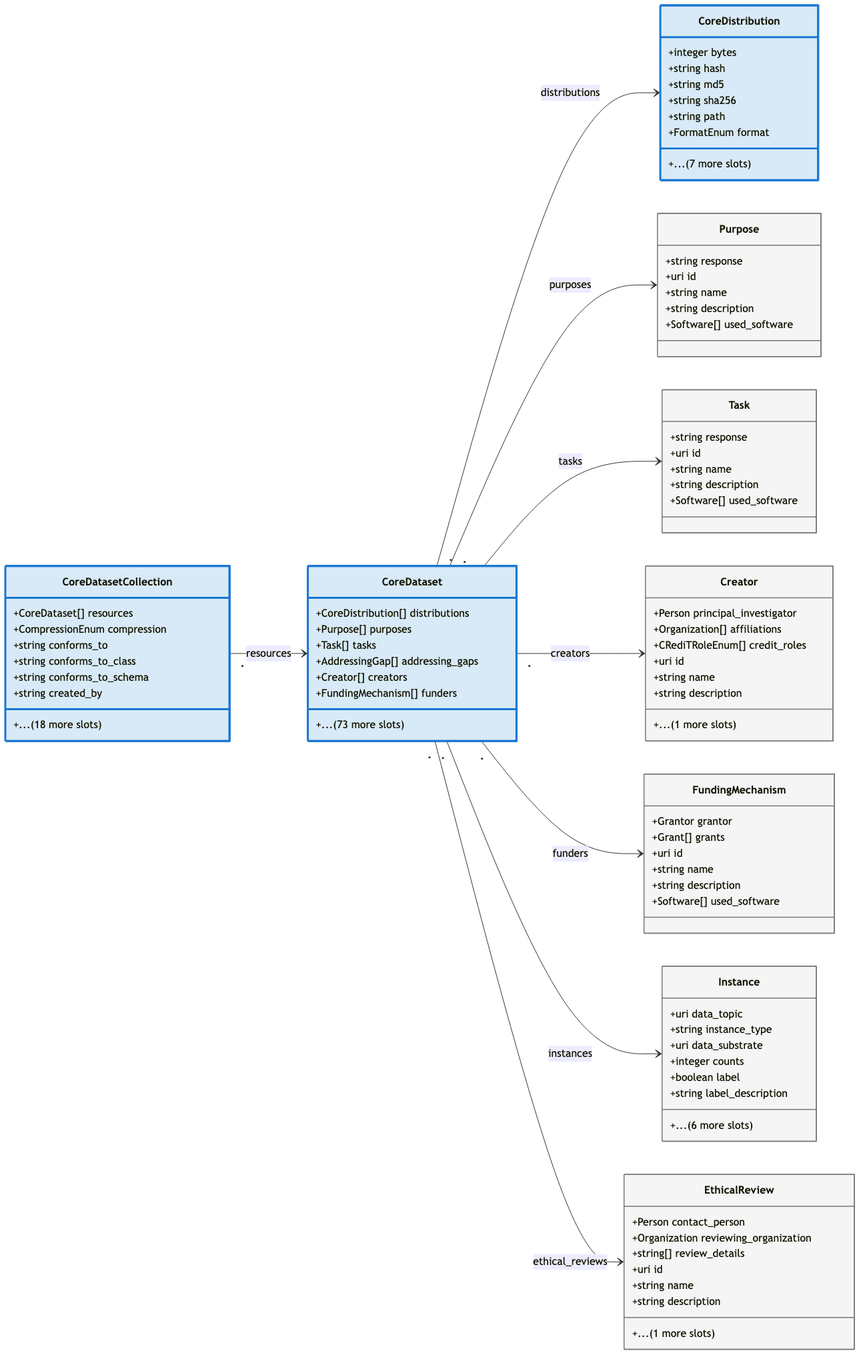
The Mermaid diagram data/poster_assets/figures/fig5_d4d_core_schema.png in bridge2ai/data-sheets-schema, before a commit. Its source is kept beside it as data/poster_assets/figures/fig5_d4d_core_schema.mmd. Its diagram source:
```mermaid
---
config:
  theme: default
---
classDiagram
  direction LR

  class CoreDatasetCollection {
    +CoreDataset[] resources
    +CompressionEnum compression
    +string conforms_to
    +string conforms_to_class
    +string conforms_to_schema
    +string created_by
    +... (18 more slots)
  }
  class CoreDataset {
    +CoreDistribution[] distributions
    +Purpose[] purposes
    +Task[] tasks
    +AddressingGap[] addressing_gaps
    +Creator[] creators
    +FundingMechanism[] funders
    +... (73 more slots)
  }
  class CoreDistribution {
    +integer bytes
    +string hash
    +string md5
    +string sha256
    +string path
    +FormatEnum format
    +... (7 more slots)
  }
  class Purpose {
    +string response
    +uri id
    +string name
    +string description
    +Software[] used_software
  }
  class Task {
    +string response
    +uri id
    +string name
    +string description
    +Software[] used_software
  }
  class Creator {
    +Person principal_investigator
    +Organization[] affiliations
    +CRediTRoleEnum[] credit_roles
    +uri id
    +string name
    +string description
    +... (1 more slots)
  }
  class FundingMechanism {
    +Grantor grantor
    +Grant[] grants
    +uri id
    +string name
    +string description
    +Software[] used_software
  }
  class Instance {
    +uri data_topic
    +string instance_type
    +uri data_substrate
    +integer counts
    +boolean label
    +string label_description
    +... (6 more slots)
  }
  class EthicalReview {
    +Person contact_person
    +Organization reviewing_organization
    +string[] review_details
    +uri id
    +string name
    +string description
    +... (1 more slots)
  }

  CoreDatasetCollection "*" --> CoreDataset : resources
  CoreDataset "*" --> CoreDistribution : distributions
  CoreDataset "*" --> Purpose : purposes
  CoreDataset "*" --> Task : tasks
  CoreDataset "*" --> Creator : creators
  CoreDataset "*" --> FundingMechanism : funders
  CoreDataset "*" --> Instance : instances
  CoreDataset "*" --> EthicalReview : ethical_reviews


  style CoreDatasetCollection fill:#D8EAF7,stroke:#1976D2,stroke-width:3px
  style CoreDataset fill:#D8EAF7,stroke:#1976D2,stroke-width:3px
  style CoreDistribution fill:#D8EAF7,stroke:#1976D2,stroke-width:3px
  style Purpose fill:#F5F5F5,stroke:#787878,stroke-width:1.5px
  style Task fill:#F5F5F5,stroke:#787878,stroke-width:1.5px
  style Creator fill:#F5F5F5,stroke:#787878,stroke-width:1.5px
  style FundingMechanism fill:#F5F5F5,stroke:#787878,stroke-width:1.5px
  style Instance fill:#F5F5F5,stroke:#787878,stroke-width:1.5px
  style EthicalReview fill:#F5F5F5,stroke:#787878,stroke-width:1.5px
```
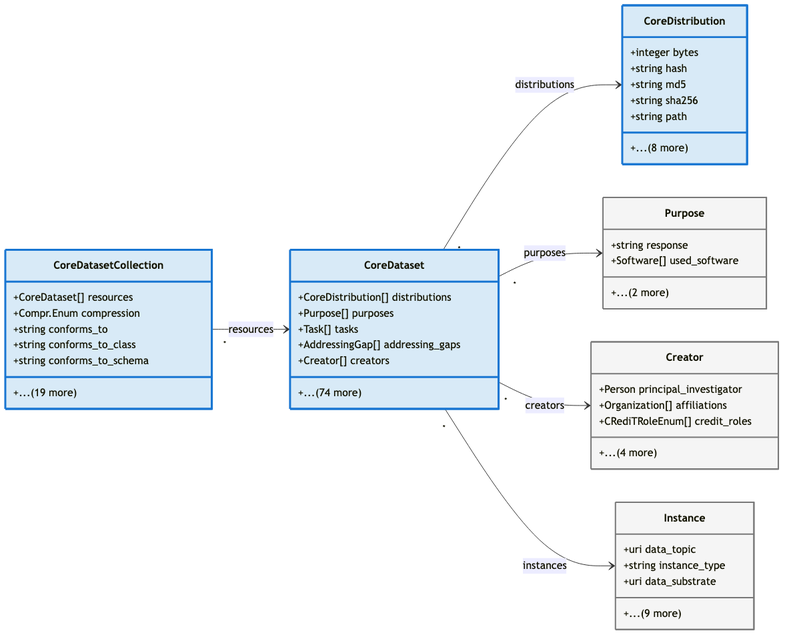
The same diagram one commit later.

Commit message:
Compact Fig 5: D4D-Core class diagram

Curated supporting classes (Purpose, Creator, Instance) reduce the diagram
to 6 boxes total at landscape aspect, suitable for poster sidebar.

Diff of the diagram source:
```diff
@@ -7,12 +7,11 @@
 
   class CoreDatasetCollection {
     +CoreDataset[] resources
-    +CompressionEnum compression
+    +Compr.Enum compression
     +string conforms_to
     +string conforms_to_class
     +string conforms_to_schema
-    +string created_by
-    +... (18 more slots)
+    +... (19 more)
   }
   class CoreDataset {
     +CoreDistribution[] distributions
@@ -20,8 +19,7 @@
     +Task[] tasks
     +AddressingGap[] addressing_gaps
     +Creator[] creators
-    +FundingMechanism[] funders
-    +... (73 more slots)
+    +... (74 more)
   }
   class CoreDistribution {
     +integer bytes
@@ -29,75 +27,35 @@
     +string md5
     +string sha256
     +string path
-    +FormatEnum format
-    +... (7 more slots)
+    +... (8 more)
   }
   class Purpose {
     +string response
-    +uri id
-    +string name
-    +string description
     +Software[] used_software
-  }
-  class Task {
-    +string response
-    +uri id
-    +string name
-    +string description
-    +Software[] used_software
+    +... (2 more)
   }
   class Creator {
     +Person principal_investigator
     +Organization[] affiliations
     +CRediTRoleEnum[] credit_roles
-    +uri id
-    +string name
-    +string description
-    +... (1 more slots)
-  }
-  class FundingMechanism {
-    +Grantor grantor
-    +Grant[] grants
-    +uri id
-    +string name
-    +string description
-    +Software[] used_software
+    +... (4 more)
   }
   class Instance {
     +uri data_topic
     +string instance_type
     +uri data_substrate
-    +integer counts
-    +boolean label
-    +string label_description
-    +... (6 more slots)
-  }
-  class EthicalReview {
-    +Person contact_person
-    +Organization reviewing_organization
-    +string[] review_details
-    +uri id
-    +string name
-    +string description
-    +... (1 more slots)
+    +... (9 more)
   }
 
   CoreDatasetCollection "*" --> CoreDataset : resources
   CoreDataset "*" --> CoreDistribution : distributions
   CoreDataset "*" --> Purpose : purposes
-  CoreDataset "*" --> Task : tasks
   CoreDataset "*" --> Creator : creators
-  CoreDataset "*" --> FundingMechanism : funders
   CoreDataset "*" --> Instance : instances
-  CoreDataset "*" --> EthicalReview : ethical_reviews
-
 
   style CoreDatasetCollection fill:#D8EAF7,stroke:#1976D2,stroke-width:3px
   style CoreDataset fill:#D8EAF7,stroke:#1976D2,stroke-width:3px
   style CoreDistribution fill:#D8EAF7,stroke:#1976D2,stroke-width:3px
-  style Purpose fill:#F5F5F5,stroke:#787878,stroke-width:1.5px
-  style Task fill:#F5F5F5,stroke:#787878,stroke-width:1.5px
-  style Creator fill:#F5F5F5,stroke:#787878,stroke-width:1.5px
-  style FundingMechanism fill:#F5F5F5,stroke:#787878,stroke-width:1.5px
-  style Instance fill:#F5F5F5,stroke:#787878,stroke-width:1.5px
-  style EthicalReview fill:#F5F5F5,stroke:#787878,stroke-width:1.5px
+  style Purpose fill:#F5F5F5,stroke:#787878,stroke-width:2px
+  style Creator fill:#F5F5F5,stroke:#787878,stroke-width:2px
+  style Instance fill:#F5F5F5,stroke:#787878,stroke-width:2px
```
